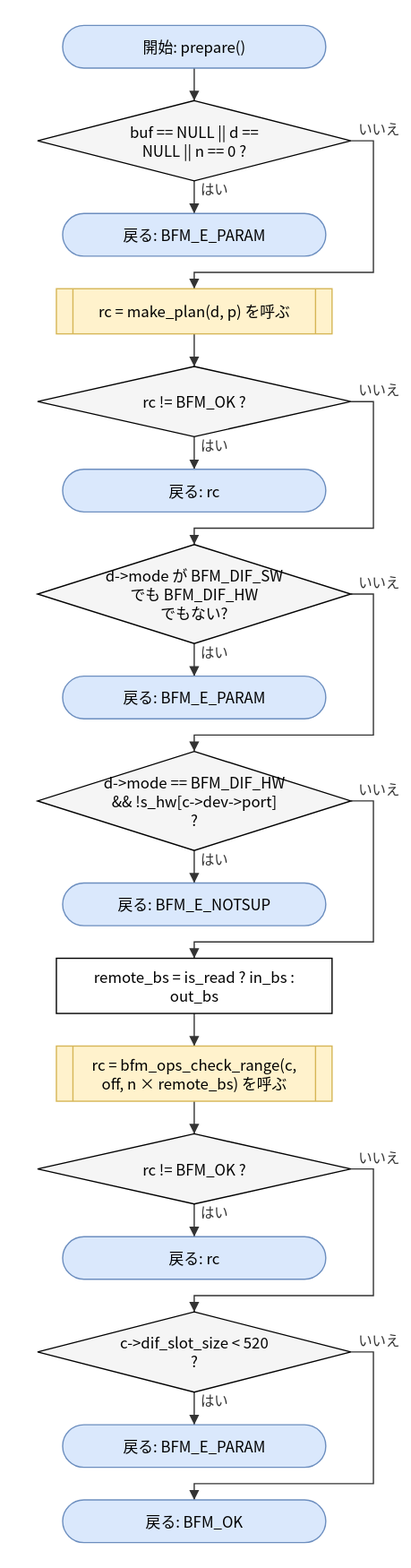
Earlier version of the draw.io export doc/spec/images/flow_src_bfm_dif-prepare.drawio.svg (hf355051012-ai/bfmem). Source tidied: cells renumbered, new cells last; positions are measured from the earlier drawing's top-left corner, leaving out a move shared by most shapes.
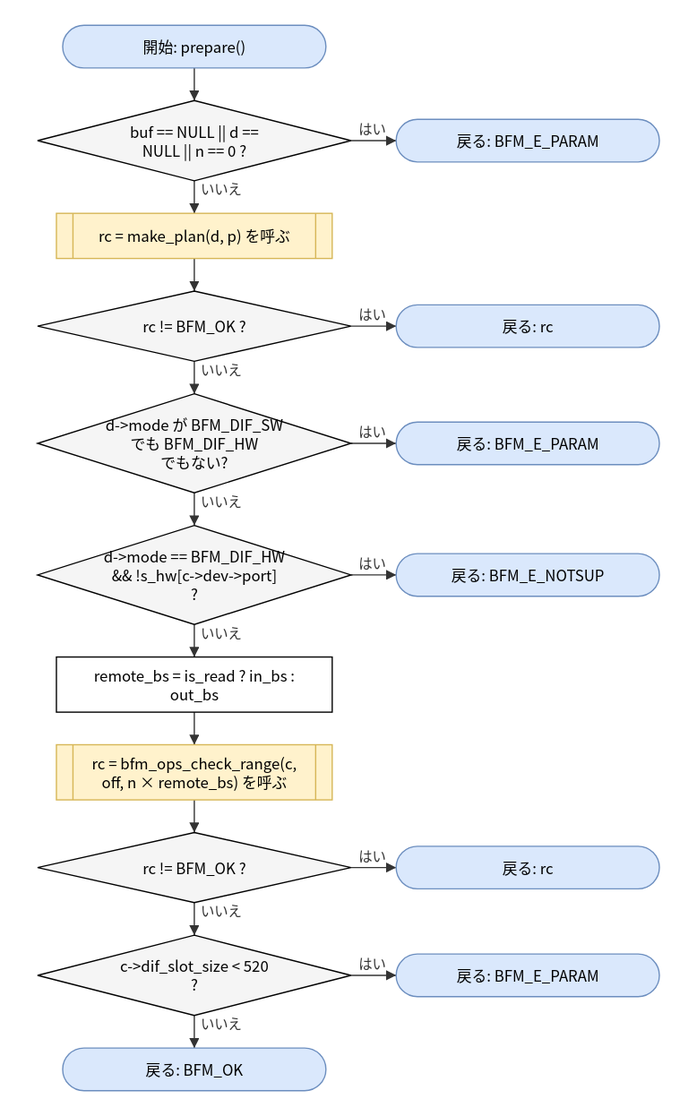
Above is the later version.

The edit, as a diff of the source:
```diff
@@ -9,103 +9,79 @@
       <mxGeometry y="60" width="250" height="64" as="geometry" />
     </mxCell>
     <mxCell id="4" value="戻る: BFM_E_PARAM" style="rounded=1;arcSize=50;whiteSpace=wrap;html=1;fillColor=#dae8fc;strokeColor=#6c8ebf;" parent="1" vertex="1">
-      <mxGeometry x="20" y="150" width="210" height="34" as="geometry" />
+      <mxGeometry x="286" y="75" width="210" height="34" as="geometry" />
     </mxCell>
     <mxCell id="5" value="rc = make_plan(d, p) を呼ぶ" style="shape=process;whiteSpace=wrap;html=1;backgroundOutline=1;size=0.06;fillColor=#fff2cc;strokeColor=#d6b656;" parent="1" vertex="1">
-      <mxGeometry x="15" y="210" width="220" height="36" as="geometry" />
+      <mxGeometry x="15" y="150" width="220" height="36" as="geometry" />
     </mxCell>
     <mxCell id="6" value="rc != BFM_OK ?" style="rhombus;whiteSpace=wrap;html=1;fillColor=#f5f5f5;" parent="1" vertex="1">
-      <mxGeometry y="272" width="250" height="56" as="geometry" />
+      <mxGeometry y="212" width="250" height="56" as="geometry" />
     </mxCell>
     <mxCell id="7" value="戻る: rc" style="rounded=1;arcSize=50;whiteSpace=wrap;html=1;fillColor=#dae8fc;strokeColor=#6c8ebf;" parent="1" vertex="1">
-      <mxGeometry x="20" y="354" width="210" height="34" as="geometry" />
+      <mxGeometry x="286" y="223" width="210" height="34" as="geometry" />
     </mxCell>
     <mxCell id="8" value="d-&amp;gt;mode が BFM_DIF_SW&lt;br&gt;でも BFM_DIF_HW&lt;br&gt;でもない?" style="rhombus;whiteSpace=wrap;html=1;fillColor=#f5f5f5;" parent="1" vertex="1">
-      <mxGeometry y="414" width="250" height="79" as="geometry" />
+      <mxGeometry y="294" width="250" height="79" as="geometry" />
     </mxCell>
     <mxCell id="9" value="戻る: BFM_E_PARAM" style="rounded=1;arcSize=50;whiteSpace=wrap;html=1;fillColor=#dae8fc;strokeColor=#6c8ebf;" parent="1" vertex="1">
-      <mxGeometry x="20" y="519" width="210" height="34" as="geometry" />
+      <mxGeometry x="286" y="316.5" width="210" height="34" as="geometry" />
     </mxCell>
     <mxCell id="10" value="d-&amp;gt;mode == BFM_DIF_HW&lt;br&gt;&amp;amp;&amp;amp; !s_hw[c-&amp;gt;dev-&amp;gt;port]&lt;br&gt;?" style="rhombus;whiteSpace=wrap;html=1;fillColor=#f5f5f5;" parent="1" vertex="1">
-      <mxGeometry y="579" width="250" height="79" as="geometry" />
+      <mxGeometry y="399" width="250" height="79" as="geometry" />
     </mxCell>
     <mxCell id="11" value="戻る: BFM_E_NOTSUP" style="rounded=1;arcSize=50;whiteSpace=wrap;html=1;fillColor=#dae8fc;strokeColor=#6c8ebf;" parent="1" vertex="1">
-      <mxGeometry x="20" y="684" width="210" height="34" as="geometry" />
+      <mxGeometry x="286" y="421.5" width="210" height="34" as="geometry" />
     </mxCell>
     <mxCell id="12" value="remote_bs = is_read ? in_bs :&lt;br&gt;out_bs" style="rounded=0;whiteSpace=wrap;html=1;" parent="1" vertex="1">
-      <mxGeometry x="15" y="744" width="220" height="44" as="geometry" />
+      <mxGeometry x="15" y="504" width="220" height="44" as="geometry" />
     </mxCell>
     <mxCell id="13" value="rc = bfm_ops_check_range(c,&lt;br&gt;off, n × remote_bs) を呼ぶ" style="shape=process;whiteSpace=wrap;html=1;backgroundOutline=1;size=0.06;fillColor=#fff2cc;strokeColor=#d6b656;" parent="1" vertex="1">
-      <mxGeometry x="15" y="814" width="220" height="44" as="geometry" />
+      <mxGeometry x="15" y="574" width="220" height="44" as="geometry" />
     </mxCell>
     <mxCell id="14" value="rc != BFM_OK ?" style="rhombus;whiteSpace=wrap;html=1;fillColor=#f5f5f5;" parent="1" vertex="1">
-      <mxGeometry y="884" width="250" height="56" as="geometry" />
+      <mxGeometry y="644" width="250" height="56" as="geometry" />
     </mxCell>
     <mxCell id="15" value="戻る: rc" style="rounded=1;arcSize=50;whiteSpace=wrap;html=1;fillColor=#dae8fc;strokeColor=#6c8ebf;" parent="1" vertex="1">
-      <mxGeometry x="20" y="966" width="210" height="34" as="geometry" />
+      <mxGeometry x="286" y="655" width="210" height="34" as="geometry" />
     </mxCell>
     <mxCell id="16" value="c-&amp;gt;dif_slot_size &amp;lt; 520&lt;br&gt;?" style="rhombus;whiteSpace=wrap;html=1;fillColor=#f5f5f5;" parent="1" vertex="1">
-      <mxGeometry y="1026" width="250" height="64" as="geometry" />
+      <mxGeometry y="726" width="250" height="64" as="geometry" />
     </mxCell>
     <mxCell id="17" value="戻る: BFM_E_PARAM" style="rounded=1;arcSize=50;whiteSpace=wrap;html=1;fillColor=#dae8fc;strokeColor=#6c8ebf;" parent="1" vertex="1">
-      <mxGeometry x="20" y="1116" width="210" height="34" as="geometry" />
+      <mxGeometry x="286" y="741" width="210" height="34" as="geometry" />
     </mxCell>
     <mxCell id="18" value="戻る: BFM_OK" style="rounded=1;arcSize=50;whiteSpace=wrap;html=1;fillColor=#dae8fc;strokeColor=#6c8ebf;" parent="1" vertex="1">
-      <mxGeometry x="20" y="1176" width="210" height="34" as="geometry" />
+      <mxGeometry x="20" y="816" width="210" height="34" as="geometry" />
     </mxCell>
     <mxCell id="19" style="edgeStyle=none;html=1;rounded=0;endArrow=block;endFill=1;exitX=0.5000;exitY=1.0000;exitDx=0;exitDy=0;exitPerimeter=0;entryX=0.5000;entryY=0.0000;entryDx=0;entryDy=0;entryPerimeter=0;" parent="1" edge="1" source="2" target="3">
       <mxGeometry relative="1" as="geometry" />
     </mxCell>
-    <mxCell id="20" value="はい" style="edgeStyle=none;html=1;rounded=0;endArrow=block;endFill=1;exitX=0.5000;exitY=1.0000;exitDx=0;exitDy=0;exitPerimeter=0;entryX=0.5000;entryY=0.0000;entryDx=0;entryDy=0;entryPerimeter=0;" parent="1" edge="1" source="3" target="4">
+    <mxCell id="20" value="はい" style="edgeStyle=none;html=1;rounded=0;endArrow=block;endFill=1;exitX=1.0000;exitY=0.5000;exitDx=0;exitDy=0;exitPerimeter=0;entryX=0.0000;entryY=0.5000;entryDx=0;entryDy=0;entryPerimeter=0;" parent="1" edge="1" source="3" target="4">
       <mxGeometry relative="1" as="geometry" />
     </mxCell>
-    <mxCell id="21" value="いいえ" style="edgeStyle=none;html=1;rounded=0;endArrow=block;endFill=1;exitX=1.0000;exitY=0.5000;exitDx=0;exitDy=0;exitPerimeter=0;entryX=0.5000;entryY=0.0000;entryDx=0;entryDy=0;entryPerimeter=0;" parent="1" edge="1" source="3" target="5">
-      <mxGeometry relative="1" as="geometry">
-        <Array as="points">
-          <mxPoint x="268" y="92" />
-          <mxPoint x="268" y="197" />
-          <mxPoint x="125" y="197" />
-        </Array>
-      </mxGeometry>
+    <mxCell id="21" value="いいえ" style="edgeStyle=none;html=1;rounded=0;endArrow=block;endFill=1;exitX=0.5000;exitY=1.0000;exitDx=0;exitDy=0;exitPerimeter=0;entryX=0.5000;entryY=0.0000;entryDx=0;entryDy=0;entryPerimeter=0;" parent="1" edge="1" source="3" target="5">
+      <mxGeometry relative="1" as="geometry" />
     </mxCell>
     <mxCell id="22" style="edgeStyle=none;html=1;rounded=0;endArrow=block;endFill=1;exitX=0.5000;exitY=1.0000;exitDx=0;exitDy=0;exitPerimeter=0;entryX=0.5000;entryY=0.0000;entryDx=0;entryDy=0;entryPerimeter=0;" parent="1" edge="1" source="5" target="6">
       <mxGeometry relative="1" as="geometry" />
     </mxCell>
-    <mxCell id="23" value="はい" style="edgeStyle=none;html=1;rounded=0;endArrow=block;endFill=1;exitX=0.5000;exitY=1.0000;exitDx=0;exitDy=0;exitPerimeter=0;entryX=0.5000;entryY=0.0000;entryDx=0;entryDy=0;entryPerimeter=0;" parent="1" edge="1" source="6" target="7">
+    <mxCell id="23" value="はい" style="edgeStyle=none;html=1;rounded=0;endArrow=block;endFill=1;exitX=1.0000;exitY=0.5000;exitDx=0;exitDy=0;exitPerimeter=0;entryX=0.0000;entryY=0.5000;entryDx=0;entryDy=0;entryPerimeter=0;" parent="1" edge="1" source="6" target="7">
       <mxGeometry relative="1" as="geometry" />
     </mxCell>
-    <mxCell id="24" value="いいえ" style="edgeStyle=none;html=1;rounded=0;endArrow=block;endFill=1;exitX=1.0000;exitY=0.5000;exitDx=0;exitDy=0;exitPerimeter=0;entryX=0.5000;entryY=0.0000;entryDx=0;entryDy=0;entryPerimeter=0;" parent="1" edge="1" source="6" target="8">
-      <mxGeometry relative="1" as="geometry">
-        <Array as="points">
-          <mxPoint x="268" y="300" />
-          <mxPoint x="268" y="401" />
-          <mxPoint x="125" y="401" />
-        </Array>
-      </mxGeometry>
+    <mxCell id="24" value="いいえ" style="edgeStyle=none;html=1;rounded=0;endArrow=block;endFill=1;exitX=0.5000;exitY=1.0000;exitDx=0;exitDy=0;exitPerimeter=0;entryX=0.5000;entryY=0.0000;entryDx=0;entryDy=0;entryPerimeter=0;" parent="1" edge="1" source="6" target="8">
+      <mxGeometry relative="1" as="geometry" />
     </mxCell>
-    <mxCell id="25" value="はい" style="edgeStyle=none;html=1;rounded=0;endArrow=block;endFill=1;exitX=0.5000;exitY=1.0000;exitDx=0;exitDy=0;exitPerimeter=0;entryX=0.5000;entryY=0.0000;entryDx=0;entryDy=0;entryPerimeter=0;" parent="1" edge="1" source="8" target="9">
+    <mxCell id="25" value="はい" style="edgeStyle=none;html=1;rounded=0;endArrow=block;endFill=1;exitX=1.0000;exitY=0.5000;exitDx=0;exitDy=0;exitPerimeter=0;entryX=0.0000;entryY=0.5000;entryDx=0;entryDy=0;entryPerimeter=0;" parent="1" edge="1" source="8" target="9">
       <mxGeometry relative="1" as="geometry" />
     </mxCell>
-    <mxCell id="26" value="いいえ" style="edgeStyle=none;html=1;rounded=0;endArrow=block;endFill=1;exitX=1.0000;exitY=0.5000;exitDx=0;exitDy=0;exitPerimeter=0;entryX=0.5000;entryY=0.0000;entryDx=0;entryDy=0;entryPerimeter=0;" parent="1" edge="1" source="8" target="10">
-      <mxGeometry relative="1" as="geometry">
-        <Array as="points">
-          <mxPoint x="268" y="453.5" />
-          <mxPoint x="268" y="566" />
-          <mxPoint x="125" y="566" />
-        </Array>
-      </mxGeometry>
+    <mxCell id="26" value="いいえ" style="edgeStyle=none;html=1;rounded=0;endArrow=block;endFill=1;exitX=0.5000;exitY=1.0000;exitDx=0;exitDy=0;exitPerimeter=0;entryX=0.5000;entryY=0.0000;entryDx=0;entryDy=0;entryPerimeter=0;" parent="1" edge="1" source="8" target="10">
+      <mxGeometry relative="1" as="geometry" />
     </mxCell>
-    <mxCell id="27" value="はい" style="edgeStyle=none;html=1;rounded=0;endArrow=block;endFill=1;exitX=0.5000;exitY=1.0000;exitDx=0;exitDy=0;exitPerimeter=0;entryX=0.5000;entryY=0.0000;entryDx=0;entryDy=0;entryPerimeter=0;" parent="1" edge="1" source="10" target="11">
+    <mxCell id="27" value="はい" style="edgeStyle=none;html=1;rounded=0;endArrow=block;endFill=1;exitX=1.0000;exitY=0.5000;exitDx=0;exitDy=0;exitPerimeter=0;entryX=0.0000;entryY=0.5000;entryDx=0;entryDy=0;entryPerimeter=0;" parent="1" edge="1" source="10" target="11">
       <mxGeometry relative="1" as="geometry" />
     </mxCell>
-    <mxCell id="28" value="いいえ" style="edgeStyle=none;html=1;rounded=0;endArrow=block;endFill=1;exitX=1.0000;exitY=0.5000;exitDx=0;exitDy=0;exitPerimeter=0;entryX=0.5000;entryY=0.0000;entryDx=0;entryDy=0;entryPerimeter=0;" parent="1" edge="1" source="10" target="12">
-      <mxGeometry relative="1" as="geometry">
-        <Array as="points">
-          <mxPoint x="268" y="618.5" />
-          <mxPoint x="268" y="731" />
-          <mxPoint x="125" y="731" />
-        </Array>
-      </mxGeometry>
+    <mxCell id="28" value="いいえ" style="edgeStyle=none;html=1;rounded=0;endArrow=block;endFill=1;exitX=0.5000;exitY=1.0000;exitDx=0;exitDy=0;exitPerimeter=0;entryX=0.5000;entryY=0.0000;entryDx=0;entryDy=0;entryPerimeter=0;" parent="1" edge="1" source="10" target="12">
+      <mxGeometry relative="1" as="geometry" />
     </mxCell>
     <mxCell id="29" style="edgeStyle=none;html=1;rounded=0;endArrow=block;endFill=1;exitX=0.5000;exitY=1.0000;exitDx=0;exitDy=0;exitPerimeter=0;entryX=0.5000;entryY=0.0000;entryDx=0;entryDy=0;entryPerimeter=0;" parent="1" edge="1" source="12" target="13">
       <mxGeometry relative="1" as="geometry" />
@@ -113,29 +89,17 @@
     <mxCell id="30" style="edgeStyle=none;html=1;rounded=0;endArrow=block;endFill=1;exitX=0.5000;exitY=1.0000;exitDx=0;exitDy=0;exitPerimeter=0;entryX=0.5000;entryY=0.0000;entryDx=0;entryDy=0;entryPerimeter=0;" parent="1" edge="1" source="13" target="14">
       <mxGeometry relative="1" as="geometry" />
     </mxCell>
-    <mxCell id="31" value="はい" style="edgeStyle=none;html=1;rounded=0;endArrow=block;endFill=1;exitX=0.5000;exitY=1.0000;exitDx=0;exitDy=0;exitPerimeter=0;entryX=0.5000;entryY=0.0000;entryDx=0;entryDy=0;entryPerimeter=0;" parent="1" edge="1" source="14" target="15">
+    <mxCell id="31" value="はい" style="edgeStyle=none;html=1;rounded=0;endArrow=block;endFill=1;exitX=1.0000;exitY=0.5000;exitDx=0;exitDy=0;exitPerimeter=0;entryX=0.0000;entryY=0.5000;entryDx=0;entryDy=0;entryPerimeter=0;" parent="1" edge="1" source="14" target="15">
       <mxGeometry relative="1" as="geometry" />
     </mxCell>
-    <mxCell id="32" value="いいえ" style="edgeStyle=none;html=1;rounded=0;endArrow=block;endFill=1;exitX=1.0000;exitY=0.5000;exitDx=0;exitDy=0;exitPerimeter=0;entryX=0.5000;entryY=0.0000;entryDx=0;entryDy=0;entryPerimeter=0;" parent="1" edge="1" source="14" target="16">
-      <mxGeometry relative="1" as="geometry">
-        <Array as="points">
-          <mxPoint x="268" y="912" />
-          <mxPoint x="268" y="1013" />
-          <mxPoint x="125" y="1013" />
-        </Array>
-      </mxGeometry>
+    <mxCell id="32" value="いいえ" style="edgeStyle=none;html=1;rounded=0;endArrow=block;endFill=1;exitX=0.5000;exitY=1.0000;exitDx=0;exitDy=0;exitPerimeter=0;entryX=0.5000;entryY=0.0000;entryDx=0;entryDy=0;entryPerimeter=0;" parent="1" edge="1" source="14" target="16">
+      <mxGeometry relative="1" as="geometry" />
     </mxCell>
-    <mxCell id="33" value="はい" style="edgeStyle=none;html=1;rounded=0;endArrow=block;endFill=1;exitX=0.5000;exitY=1.0000;exitDx=0;exitDy=0;exitPerimeter=0;entryX=0.5000;entryY=0.0000;entryDx=0;entryDy=0;entryPerimeter=0;" parent="1" edge="1" source="16" target="17">
+    <mxCell id="33" value="はい" style="edgeStyle=none;html=1;rounded=0;endArrow=block;endFill=1;exitX=1.0000;exitY=0.5000;exitDx=0;exitDy=0;exitPerimeter=0;entryX=0.0000;entryY=0.5000;entryDx=0;entryDy=0;entryPerimeter=0;" parent="1" edge="1" source="16" target="17">
       <mxGeometry relative="1" as="geometry" />
     </mxCell>
-    <mxCell id="34" value="いいえ" style="edgeStyle=none;html=1;rounded=0;endArrow=block;endFill=1;exitX=1.0000;exitY=0.5000;exitDx=0;exitDy=0;exitPerimeter=0;entryX=0.5000;entryY=0.0000;entryDx=0;entryDy=0;entryPerimeter=0;" parent="1" edge="1" source="16" target="18">
-      <mxGeometry relative="1" as="geometry">
-        <Array as="points">
-          <mxPoint x="268" y="1058" />
-          <mxPoint x="268" y="1163" />
-          <mxPoint x="125" y="1163" />
-        </Array>
-      </mxGeometry>
+    <mxCell id="34" value="いいえ" style="edgeStyle=none;html=1;rounded=0;endArrow=block;endFill=1;exitX=0.5000;exitY=1.0000;exitDx=0;exitDy=0;exitPerimeter=0;entryX=0.5000;entryY=0.0000;entryDx=0;entryDy=0;entryPerimeter=0;" parent="1" edge="1" source="16" target="18">
+      <mxGeometry relative="1" as="geometry" />
     </mxCell>
   </root>
 </mxGraphModel>
```
